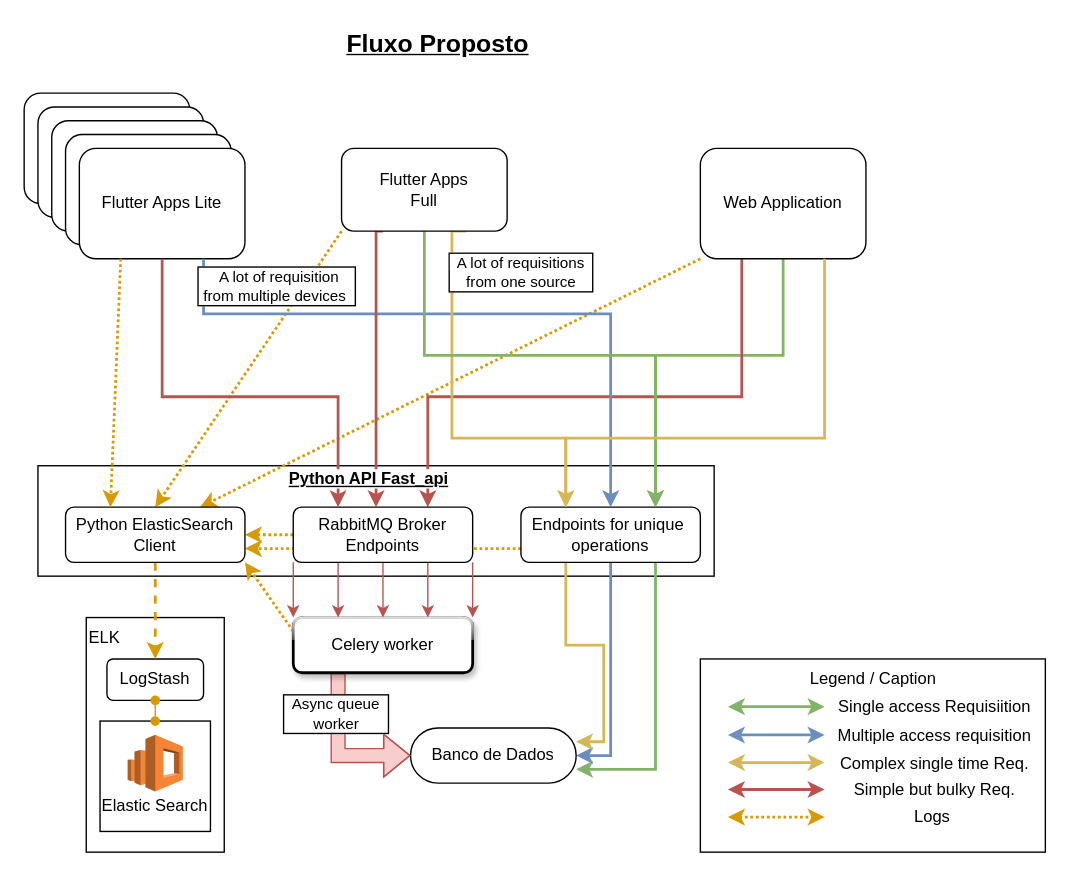
Before: simple_punch_flow.drawio in ArturArtimonte/diagrans, a draw.io diagram. Source tidied: cells renumbered, new cells numbered last; positions are measured from the earlier drawing's top-left corner, leaving out a move shared by most shapes. Both pictures are drawn from the tidied source at 138%, with x=0, y=0 at pixel (23, 23).
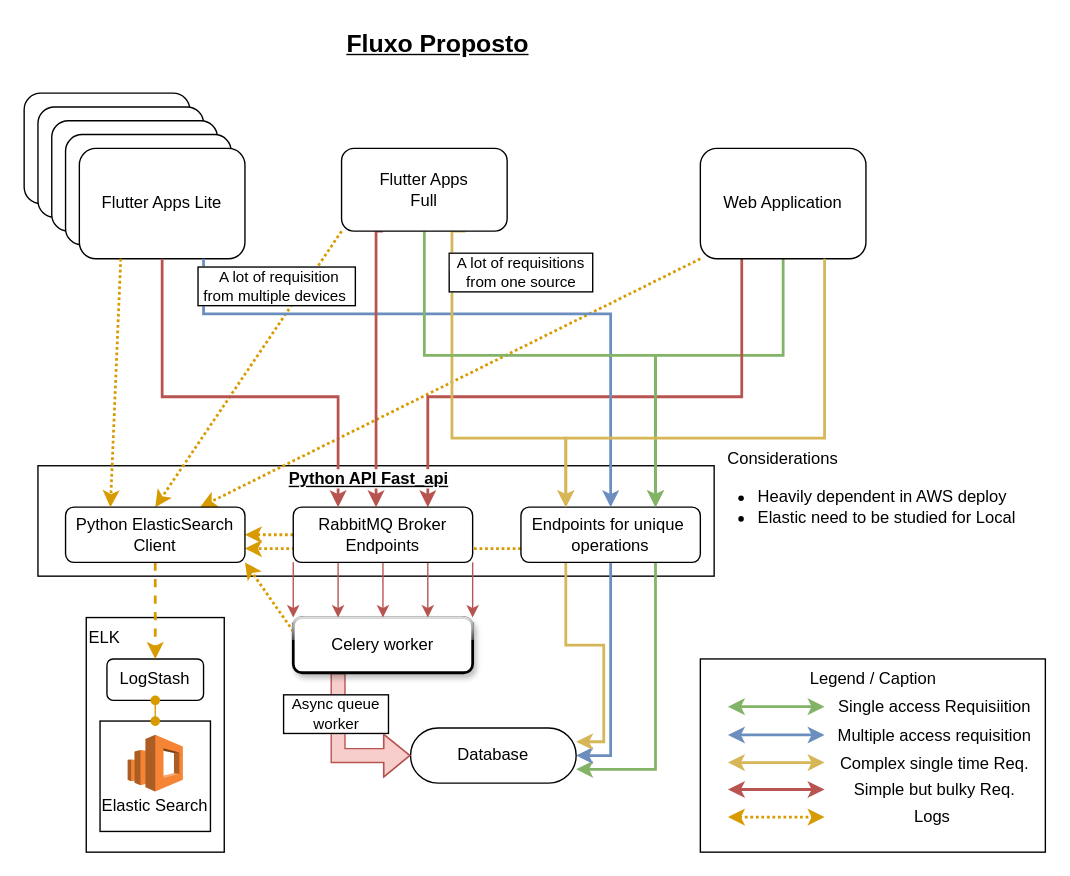
Above is the later version.

The edit, as a diff of the source:
```diff
@@
-    <mxCell id="16" value="Banco de Dados" style="rounded=1;whiteSpace=wrap;html=1;arcSize=50;" parent="1" vertex="1">
+    <mxCell id="16" value="Database" style="rounded=1;whiteSpace=wrap;html=1;arcSize=50;" parent="1" vertex="1">
       <mxGeometry x="280" y="510" width="120" height="40" as="geometry" />
     </mxCell>
@@
+    <mxCell id="60" value="Considerations" style="text;html=1;strokeColor=none;fillColor=none;align=center;verticalAlign=middle;whiteSpace=wrap;rounded=0;" parent="1" vertex="1">
+      <mxGeometry x="520" y="300" width="60" height="30" as="geometry" />
+    </mxCell>
+    <mxCell id="61" value="&lt;ul&gt;&lt;li&gt;Heavily dependent in AWS deploy&lt;/li&gt;&lt;li&gt;Elastic need to be studied for Local&lt;/li&gt;&lt;/ul&gt;" style="text;strokeColor=none;fillColor=none;html=1;whiteSpace=wrap;verticalAlign=middle;overflow=hidden;" parent="1" vertex="1">
+      <mxGeometry x="490" y="310" width="240" height="80" as="geometry" />
+    </mxCell>
```
